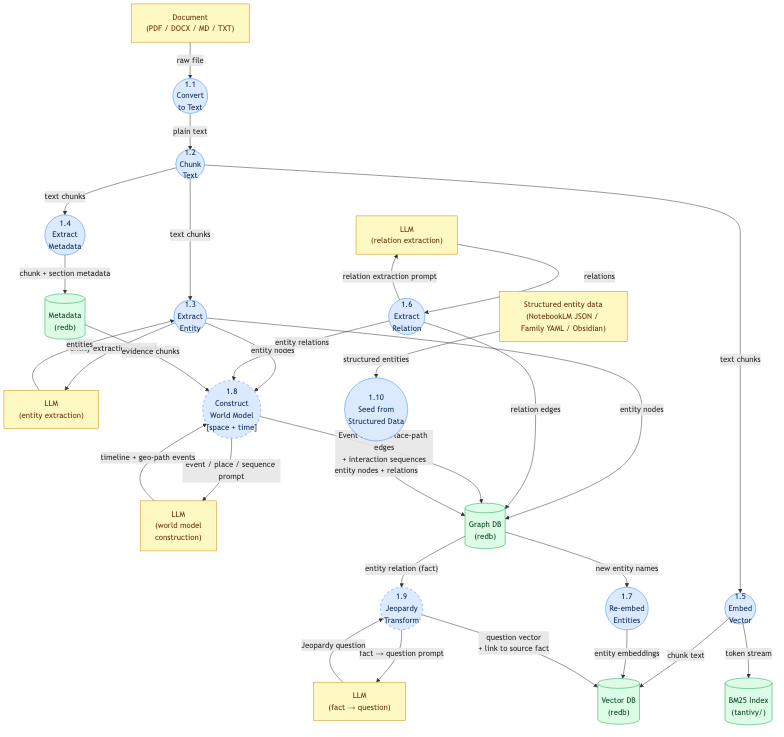
Before: projects/kwaai-knowledge/design/architecture/dfd-1-ingest.png, a diagram exported from Mermaid (Kwaai-AI-Lab/KwaaiNet). Its source is kept beside it as projects/kwaai-knowledge/design/architecture/dfd-1-ingest.mmd.
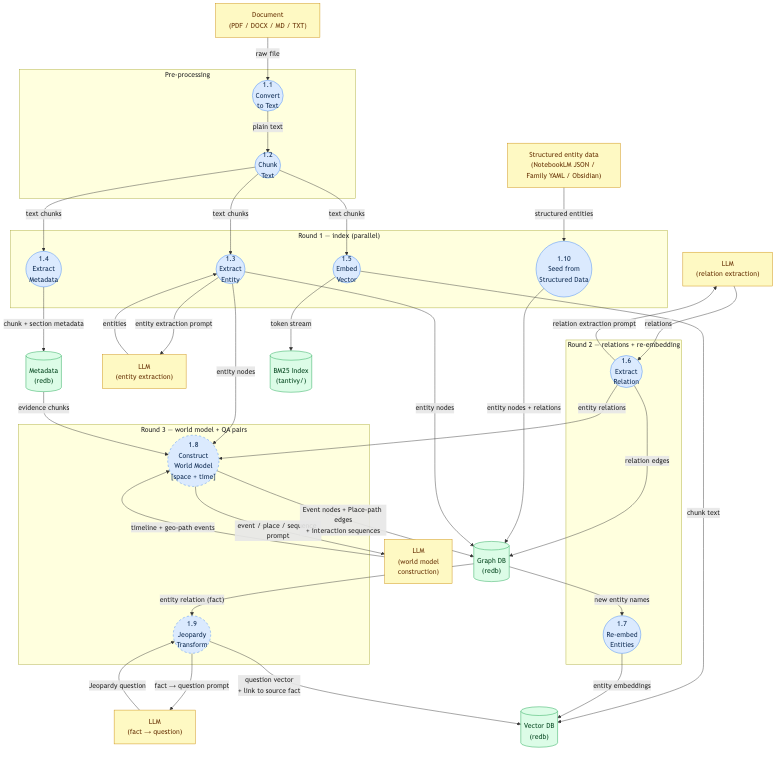
The same diagram one commit later.

Commit message:
design(kwaai-rag): arrange DFD 1 ingest in temporal order (rounds flow top-to-bottom)

Pre-processing (1.1→1.2) → Round 1 parallel index (1.10, 1.3, 1.4, 1.5) →
Round 2 relations + re-embedding (1.6, 1.7) → Round 3 world model + QA pairs (1.8, 1.9).

Uses named subgraph bands with direction LR so nodes within each round sit
side-by-side while rounds descend the page.

The edit, as a diff of the source:
```diff
@@ -17,23 +17,42 @@
     GDB[("Graph DB\n(redb)")]:::store
     BM25[("BM25 Index\n(tantivy/)")]:::store
 
-    P11(("1.1\nConvert\nto Text")):::process
-    P12(("1.2\nChunk\nText")):::process
-    P13(("1.3\nExtract\nEntity")):::process
-    P14(("1.4\nExtract\nMetadata")):::process
-    P15(("1.5\nEmbed\nVector")):::process
-    P16(("1.6\nExtract\nRelation")):::process
-    P17(("1.7\nRe-embed\nEntities")):::process
-    P18(("1.8\nConstruct\nWorld Model\n[space + time]")):::designed
-    P19(("1.9\nJeopardy\nTransform")):::designed
-    P110(("1.10\nSeed from\nStructured Data")):::process
+    subgraph PRE["Pre-processing"]
+        direction LR
+        P11(("1.1\nConvert\nto Text")):::process
+        P12(("1.2\nChunk\nText")):::process
+        P11 -->|"plain text"| P12
+    end
+
+    subgraph R1["Round 1 — index (parallel)"]
+        direction LR
+        P110(("1.10\nSeed from\nStructured Data")):::process
+        P13(("1.3\nExtract\nEntity")):::process
+        P14(("1.4\nExtract\nMetadata")):::process
+        P15(("1.5\nEmbed\nVector")):::process
+    end
+
+    subgraph R2["Round 2 — relations + re-embedding"]
+        direction LR
+        P16(("1.6\nExtract\nRelation")):::process
+        P17(("1.7\nRe-embed\nEntities")):::process
+    end
+
+    subgraph R3["Round 3 — world model + QA pairs"]
+        direction LR
+        P18(("1.8\nConstruct\nWorld Model\n[space + time]")):::designed
+        P19(("1.9\nJeopardy\nTransform")):::designed
+    end
 
 
-    DOC -->|"raw file"| P11
-    P11 -->|"plain text"| P12
+    DOC  -->|"raw file"| P11
+    SEED -->|"structured entities"| P110
+
     P12 -->|"text chunks"| P13
     P12 -->|"text chunks"| P14
     P12 -->|"text chunks"| P15
+
+    P110 -->|"entity nodes + relations"| GDB
 
     P13 -->|"entity extraction prompt"| LLM13
     LLM13 -->|"entities"| P13
@@ -62,6 +81,3 @@
     P19 -->|"fact → question prompt"| LLM19
     LLM19 -->|"Jeopardy question"| P19
     P19 -->|"question vector\n+ link to source fact"| VDB
-
-    SEED -->|"structured entities"| P110
-    P110 -->|"entity nodes + relations"| GDB
```
